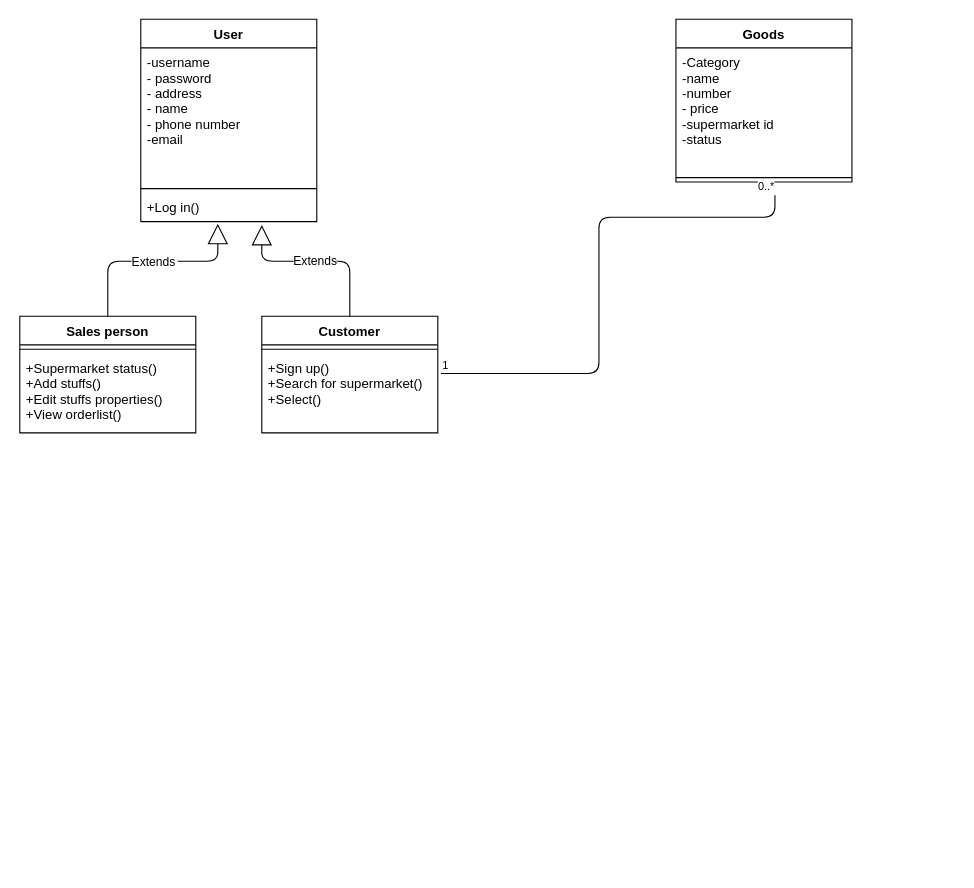
The draw.io diagram docs/Class Diagram0.drawio in marketplus95/marketplus95, before the edit. Source tidied: cells renumbered, new cells numbered last; positions are measured from the earlier drawing's top-left corner, leaving out a move shared by most shapes. Both pictures are drawn from the tidied source at 110%, with x=0, y=0 at pixel (20, 19).
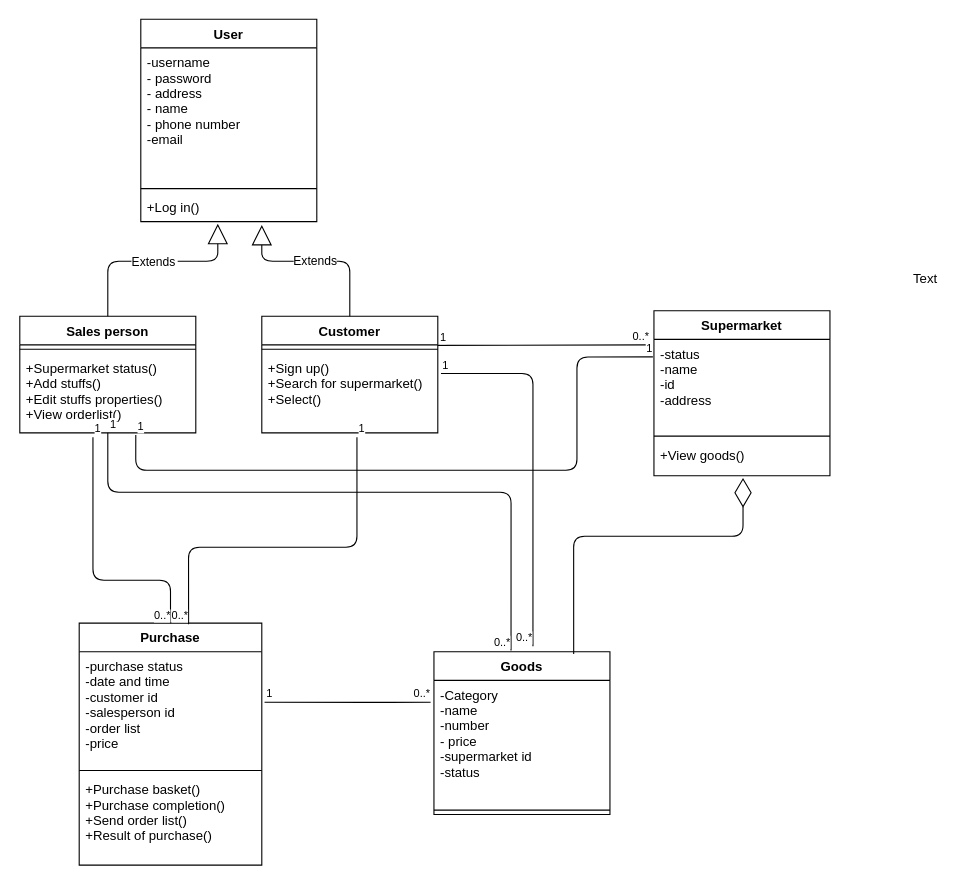
After the change.

The change refers to these unchanged cells:
```xml
<mxCell id="3" value="-Category &#10;-name &#10;-number &#10;- price &#10;-supermarket id &#10;-status" style="text;strokeColor=none;fillColor=none;align=left;verticalAlign=top;spacingLeft=4;spacingRight=4;overflow=hidden;points=[[0,0.5],[1,0.5]];portConstraint=eastwest;" parent="2" vertex="1">
  <mxGeometry y="26" width="160" height="114" as="geometry" />
</mxCell>
<mxCell id="9" value="Customer" style="swimlane;fontStyle=1;align=center;verticalAlign=top;horizontal=1;startSize=26;" parent="1" vertex="1">
  <mxGeometry x="219.5" y="270" width="160" height="106" as="geometry" />
</mxCell>
<mxCell id="11" value="+Sign up()&#10;+Search for supermarket()&#10;+Select()" style="text;strokeColor=none;fillColor=none;align=left;verticalAlign=top;spacingLeft=4;spacingRight=4;overflow=hidden;points=[[0,0.5],[1,0.5]];portConstraint=eastwest;" parent="9" vertex="1">
  <mxGeometry y="34" width="160" height="72" as="geometry" />
</mxCell>
<mxCell id="14" value="+Supermarket status()&#10;+Add stuffs()&#10;+Edit stuffs properties()&#10;+View orderlist()" style="text;strokeColor=none;fillColor=none;align=left;verticalAlign=top;spacingLeft=4;spacingRight=4;overflow=hidden;points=[[0,0.5],[1,0.5]];portConstraint=eastwest;" parent="12" vertex="1">
  <mxGeometry y="34" width="160" height="72" as="geometry" />
</mxCell>
```

Change to the diagram source:
```diff
@@
     <mxCell id="2" value="Goods" style="swimlane;fontStyle=1;align=center;verticalAlign=top;horizontal=1;startSize=26;" parent="1" vertex="1">
-      <mxGeometry x="596" width="160" height="148" as="geometry" />
+      <mxGeometry x="376" y="575" width="160" height="148" as="geometry" />
     </mxCell>
@@
     <mxCell id="17" style="endArrow=none;html=1;edgeStyle=orthogonalEdgeStyle;exitX=1.018;exitY=0.25;exitDx=0;exitDy=0;exitPerimeter=0;" parent="1" edge="1" source="11">
       <mxGeometry relative="1" as="geometry">
-        <mxPoint x="686" y="160" as="targetPoint" />
+        <mxPoint x="466" y="570" as="targetPoint" />
         <Array as="points">
-          <mxPoint x="526" y="322" />
-          <mxPoint x="526" y="180" />
+          <mxPoint x="466" y="322" />
         </Array>
       </mxGeometry>
     </mxCell>
@@
+    <mxCell id="20" value="Supermarket" style="swimlane;fontStyle=1;align=center;verticalAlign=top;horizontal=1;startSize=26;" parent="1" vertex="1">
+      <mxGeometry x="576" y="265" width="160" height="150" as="geometry" />
+    </mxCell>
+    <mxCell id="21" value="-status&#10;-name&#10;-id&#10;-address&#10;&#10;" style="text;strokeColor=none;fillColor=none;align=left;verticalAlign=top;spacingLeft=4;spacingRight=4;overflow=hidden;points=[[0,0.5],[1,0.5]];portConstraint=eastwest;" parent="20" vertex="1">
+      <mxGeometry y="26" width="160" height="84" as="geometry" />
+    </mxCell>
+    <mxCell id="22" style="line;strokeWidth=1;fillColor=none;align=left;verticalAlign=middle;spacingTop=-1;spacingLeft=3;spacingRight=3;labelPosition=right;" parent="20" vertex="1">
+      <mxGeometry y="110" width="160" height="8" as="geometry" />
+    </mxCell>
+    <mxCell id="23" value="+View goods()" style="text;strokeColor=none;fillColor=none;align=left;verticalAlign=top;spacingLeft=4;spacingRight=4;overflow=hidden;points=[[0,0.5],[1,0.5]];portConstraint=eastwest;" parent="20" vertex="1">
+      <mxGeometry y="118" width="160" height="32" as="geometry" />
+    </mxCell>
+    <mxCell id="24" value="Purchase" style="swimlane;fontStyle=1;align=center;verticalAlign=top;horizontal=1;startSize=26;" parent="1" vertex="1">
+      <mxGeometry x="53.5" y="549" width="166" height="220" as="geometry" />
+    </mxCell>
+    <mxCell id="25" value="-purchase status&#10;-date and time&#10;-customer id&#10;-salesperson id&#10;-order list&#10;-price&#10;" style="text;strokeColor=none;fillColor=none;align=left;verticalAlign=top;spacingLeft=4;spacingRight=4;overflow=hidden;points=[[0,0.5],[1,0.5]];portConstraint=eastwest;" parent="24" vertex="1">
+      <mxGeometry y="26" width="166" height="104" as="geometry" />
+    </mxCell>
+    <mxCell id="26" style="line;strokeWidth=1;fillColor=none;align=left;verticalAlign=middle;spacingTop=-1;spacingLeft=3;spacingRight=3;labelPosition=right;" parent="24" vertex="1">
+      <mxGeometry y="130" width="166" height="8" as="geometry" />
+    </mxCell>
+    <mxCell id="27" value="+Purchase basket()&#10;+Purchase completion()&#10;+Send order list()&#10;+Result of purchase()&#10;" style="text;strokeColor=none;fillColor=none;align=left;verticalAlign=top;spacingLeft=4;spacingRight=4;overflow=hidden;" parent="24" vertex="1">
+      <mxGeometry y="138" width="166" height="82" as="geometry" />
+    </mxCell>
+    <mxCell id="28" value="Text" style="text;html=1;align=left;verticalAlign=top;spacingTop=-4;" parent="1" vertex="1">
+      <mxGeometry x="810" y="226" width="40" height="20" as="geometry" />
+    </mxCell>
+    <mxCell id="29" style="endArrow=none;html=1;edgeStyle=orthogonalEdgeStyle;entryX=0.438;entryY=-0.007;entryDx=0;entryDy=0;entryPerimeter=0;" parent="1" edge="1" source="14" target="2">
+      <mxGeometry relative="1" as="geometry">
+        <Array as="points">
+          <mxPoint x="80" y="430" />
+          <mxPoint x="446" y="430" />
+        </Array>
+      </mxGeometry>
+    </mxCell>
+    <mxCell id="30" value="1" style="html=1;align=left;verticalAlign=bottom;labelBackgroundColor=#ffffff;fontSize=10;" parent="29" vertex="1">
+      <mxGeometry x="-1" relative="1" as="geometry" />
+    </mxCell>
+    <mxCell id="31" value="0..*" style="html=1;align=right;verticalAlign=bottom;labelBackgroundColor=#ffffff;fontSize=10;" parent="29" vertex="1">
+      <mxGeometry x="1" relative="1" as="geometry" />
+    </mxCell>
+    <mxCell id="32" style="endArrow=diamondThin;endFill=0;endSize=24;html=1;entryX=0.506;entryY=1.063;entryDx=0;entryDy=0;entryPerimeter=0;exitX=0.794;exitY=0.014;exitDx=0;exitDy=0;exitPerimeter=0;" parent="1" edge="1" source="2" target="23">
+      <mxGeometry relative="1" as="geometry">
+        <Array as="points">
+          <mxPoint x="503" y="470" />
+          <mxPoint x="657" y="470" />
+        </Array>
+      </mxGeometry>
+    </mxCell>
+    <mxCell id="33" style="endArrow=none;html=1;edgeStyle=orthogonalEdgeStyle;entryX=0.5;entryY=0;entryDx=0;entryDy=0;" parent="1" edge="1" target="24">
+      <mxGeometry relative="1" as="geometry">
+        <mxPoint x="66" y="380" as="sourcePoint" />
+        <Array as="points">
+          <mxPoint x="66" y="510" />
+          <mxPoint x="137" y="510" />
+        </Array>
+      </mxGeometry>
+    </mxCell>
+    <mxCell id="34" value="1" style="html=1;align=left;verticalAlign=bottom;labelBackgroundColor=#ffffff;fontSize=10;" parent="33" vertex="1">
+      <mxGeometry x="-1" relative="1" as="geometry" />
+    </mxCell>
+    <mxCell id="35" value="0..*" style="html=1;align=right;verticalAlign=bottom;labelBackgroundColor=#ffffff;fontSize=10;" parent="33" vertex="1">
+      <mxGeometry x="1" relative="1" as="geometry" />
+    </mxCell>
+    <mxCell id="36" style="endArrow=none;html=1;edgeStyle=orthogonalEdgeStyle;entryX=0.599;entryY=0.005;entryDx=0;entryDy=0;entryPerimeter=0;" parent="1" edge="1" target="24">
+      <mxGeometry relative="1" as="geometry">
+        <mxPoint x="306" y="380" as="sourcePoint" />
+        <Array as="points">
+          <mxPoint x="306" y="380" />
+          <mxPoint x="306" y="480" />
+          <mxPoint x="153" y="480" />
+        </Array>
+      </mxGeometry>
+    </mxCell>
+    <mxCell id="37" value="1" style="html=1;align=left;verticalAlign=bottom;labelBackgroundColor=#ffffff;fontSize=10;" parent="36" vertex="1">
+      <mxGeometry x="-1" relative="1" as="geometry" />
+    </mxCell>
+    <mxCell id="38" value="0..*" style="html=1;align=right;verticalAlign=bottom;labelBackgroundColor=#ffffff;fontSize=10;" parent="36" vertex="1">
+      <mxGeometry x="1" relative="1" as="geometry" />
+    </mxCell>
+    <mxCell id="39" style="endArrow=none;html=1;edgeStyle=orthogonalEdgeStyle;exitX=1.015;exitY=0.442;exitDx=0;exitDy=0;exitPerimeter=0;entryX=-0.019;entryY=0.175;entryDx=0;entryDy=0;entryPerimeter=0;" parent="1" edge="1" source="25" target="3">
+      <mxGeometry relative="1" as="geometry">
+        <Array as="points">
+          <mxPoint x="326" y="621" />
+          <mxPoint x="326" y="621" />
+        </Array>
+      </mxGeometry>
+    </mxCell>
+    <mxCell id="40" value="1" style="html=1;align=left;verticalAlign=bottom;labelBackgroundColor=#ffffff;fontSize=10;" parent="39" vertex="1">
+      <mxGeometry x="-1" relative="1" as="geometry" />
+    </mxCell>
+    <mxCell id="41" value="0..*" style="html=1;align=right;verticalAlign=bottom;labelBackgroundColor=#ffffff;fontSize=10;" parent="39" vertex="1">
+      <mxGeometry x="1" relative="1" as="geometry" />
+    </mxCell>
+    <mxCell id="42" style="endArrow=none;html=1;edgeStyle=orthogonalEdgeStyle;entryX=-0.025;entryY=0.06;entryDx=0;entryDy=0;entryPerimeter=0;exitX=1;exitY=0.25;exitDx=0;exitDy=0;" parent="1" edge="1" source="9" target="21">
+      <mxGeometry relative="1" as="geometry">
+        <Array as="points">
+          <mxPoint x="380" y="296" />
+        </Array>
+      </mxGeometry>
+    </mxCell>
+    <mxCell id="43" value="1" style="html=1;align=left;verticalAlign=bottom;labelBackgroundColor=#ffffff;fontSize=10;" parent="42" vertex="1">
+      <mxGeometry x="-1" relative="1" as="geometry" />
+    </mxCell>
+    <mxCell id="44" value="0..*" style="html=1;align=right;verticalAlign=bottom;labelBackgroundColor=#ffffff;fontSize=10;" parent="42" vertex="1">
+      <mxGeometry x="1" relative="1" as="geometry" />
+    </mxCell>
+    <mxCell id="45" style="endArrow=none;html=1;edgeStyle=orthogonalEdgeStyle;entryX=-0.006;entryY=0.19;entryDx=0;entryDy=0;entryPerimeter=0;exitX=0.659;exitY=1.028;exitDx=0;exitDy=0;exitPerimeter=0;" parent="1" edge="1" source="14" target="21">
+      <mxGeometry relative="1" as="geometry">
+        <Array as="points">
+          <mxPoint x="105" y="410" />
+          <mxPoint x="506" y="410" />
+          <mxPoint x="506" y="307" />
+        </Array>
+      </mxGeometry>
+    </mxCell>
+    <mxCell id="46" value="1" style="html=1;align=left;verticalAlign=bottom;labelBackgroundColor=#ffffff;fontSize=10;" parent="45" vertex="1">
+      <mxGeometry x="-1" relative="1" as="geometry" />
+    </mxCell>
+    <mxCell id="47" value="1" style="html=1;align=right;verticalAlign=bottom;labelBackgroundColor=#ffffff;fontSize=10;" parent="45" vertex="1">
+      <mxGeometry x="1" relative="1" as="geometry" />
+    </mxCell>
```
